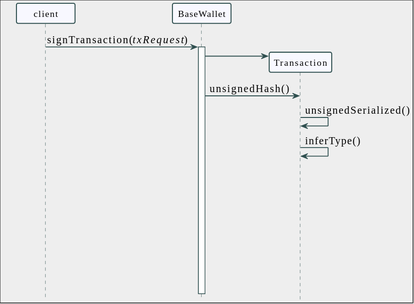
The PlantUML diagram ethereum/signing/transaction-signing-workflow-ehters-v6.svg in 3rdstage/models, before a commit. The source it was exported from:
```plantuml
@startuml


skinparam {
  DefaultFontName Monaco

  DiagramBorderThickness 1
  DiagramBorderColor black
  BackgroundColor #eeeeee
  PageMargin 10

  NoteFontName Courier
  NoteBackgroundColor SeaShell
  NoteBorderColor transparent
  NoteShadowing false

  MinClassWidth 75
  ClassFontStyle bold

  ArrowFontSize 16
  ArrowThickness 1
  ResponseMessageBelowArrow true

  BoxPadding 50
  ParticipantPadding 20
}

skinparam Sequence{

  ParticipantFontName Consolas
  ArrowFontName Consolas

  DividerBorderThickness 1.5
  ReferenceBorderThickness 1.5
  MessageAlignment reverseDirection   /' left | right | direction | reverseDirection '/

  ArrowColor DarkSlateGray
  ArrowThickness 1.3
  LifeLineBorderColor DarkSlateGray
  LifeLineBorderThickness 1.3

  ActorBorderColor DarkSlateGray
  ActorBackgroundColor GhostWhite
  ParticipantBorderColor DarkSlateGray
  ParticipantBorderThickness 1.5
  ParticipantBackgroundColor GhostWhite

  BoxBackgroundColor GhostWhite
  BoxBorderColor transparent

  GroupBorderThickness 1.3
  GroupBorderColor DarkBlue
  GroupBodyBackgroundColor Azure
}

skinparam Group{
  BorderThickness 1.3
  BorderShadowing true
}

scale max 2048 width
hide Circle
hide Footbox



participant client
participant BaseWallet as wallet
participant Transaction as tx

url of wallet is [[https://github.com/ethers-io/ethers.js/blob/v6.6.2/src.ts/wallet/base-wallet.ts]]

!$baseUrl = "https://github.com/ethers-io/ethers.js/blob/v6.6.2/src.ts"
!$signTransaction = $baseUrl + "/wallet/base-wallet.ts#L71"
!$unsignedHash = "https://github.com/ethers-io/ethers.js/blob/v6.6.2/src.ts/transaction/transaction.ts#L578"
!$unsignedSerialized = "https://github.com/ethers-io/ethers.js/blob/v6.6.2/src.ts/transaction/transaction.ts#L636"
!$inferType = $baseUrl + "/transaction/transaction.ts#L636"

client -> wallet ++ [[$signTransaction]] : signTransaction(//txRequest//)
  wallet -> tx **
  wallet -> tx [[$unsignedHash]] : unsignedHash()
    tx -> tx [[$unsignedSerialized]] : unsignedSerialized()
      tx -> tx [[$inferType]] : inferType()


||200||

@enduml
```
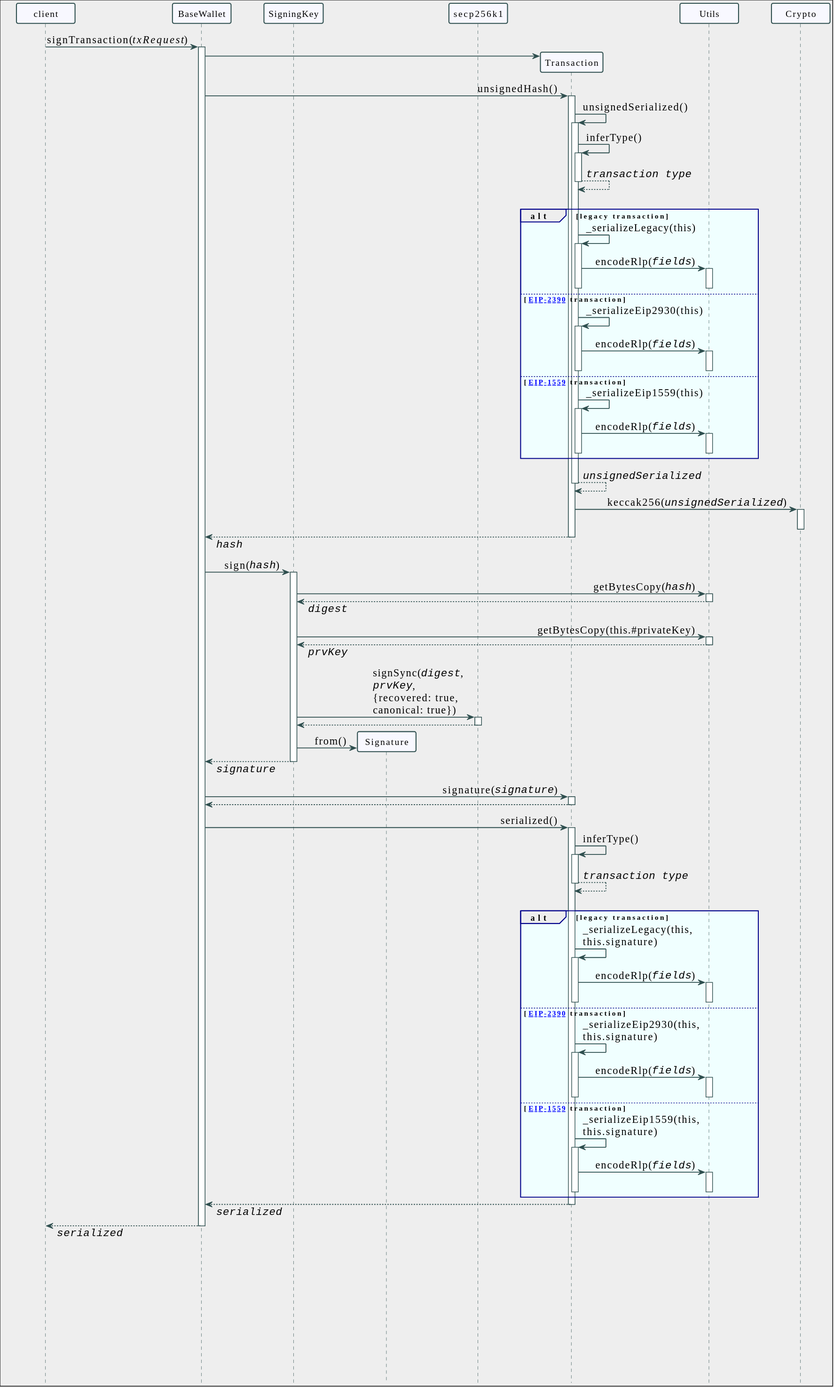
The same diagram one commit later.

Commit message:
Added Ethers v6 transaction signing.

The edit, as a diff of the source:
```diff
@@ -66,23 +66,99 @@
 
 participant client
 participant BaseWallet as wallet
+participant SigningKey as key
+participant Signature as signature
+participant secp256k1 as secp256k1
 participant Transaction as tx
-
-url of wallet is [[https://github.com/ethers-io/ethers.js/blob/v6.6.2/src.ts/wallet/base-wallet.ts]]
+participant Utils as utils
+participant Crypto as crypto
 
 !$baseUrl = "https://github.com/ethers-io/ethers.js/blob/v6.6.2/src.ts"
+
+url of wallet is [[$baseUrl/wallet/base-wallet.ts]]
+url of key is [[$baseUrl/crypto/signing-key.ts]]
+url of signature is [[$baseUrl/crypto/signature.ts]]
+url of secp256k1 is [[https://github.com/paulmillr/noble-secp256k1/blob/1.7.1/index.ts]]
+url of tx is [[$baseUrl/transaction/transaction.ts]]
+url of utils is [[$baseUrl/utils]]
+url of crypto is [[$baseUrl/crypto]]
+
 !$signTransaction = $baseUrl + "/wallet/base-wallet.ts#L71"
-!$unsignedHash = "https://github.com/ethers-io/ethers.js/blob/v6.6.2/src.ts/transaction/transaction.ts#L578"
-!$unsignedSerialized = "https://github.com/ethers-io/ethers.js/blob/v6.6.2/src.ts/transaction/transaction.ts#L636"
+!$unsignedHash = $baseUrl + "/transaction/transaction.ts#L578"
+!$unsignedSerialized = $baseUrl + "/transaction/transaction.ts#L636"
 !$inferType = $baseUrl + "/transaction/transaction.ts#L636"
+!$eip2930 = "https://eips.ethereum.org/EIPS/eip-2930"
+!$eip1559 = "https://eips.ethereum.org/EIPS/eip-1559"
+!$_serializeLegacy = $baseUrl + "/transaction/transaction.ts#L188"
+!$_serializeEip2930 = $baseUrl + "/transaction/transaction.ts#L344"
+!$_serializeEip1559 = $baseUrl + "/transaction/transaction.ts#L294"
+!$encodeRlp = $baseUrl + "/utils/rlp-encode.ts#L57"
+!$secp256k1_signSync = "https://github.com/paulmillr/noble-secp256k1/blob/1.7.1/index.ts#L1284"
+!$signature = $baseUrl + "/transaction/transaction.ts#L524"
+!$serialized = $baseUrl + "/transaction/transaction.ts#L615"
 
 client -> wallet ++ [[$signTransaction]] : signTransaction(//txRequest//)
   wallet -> tx **
-  wallet -> tx [[$unsignedHash]] : unsignedHash()
-    tx -> tx [[$unsignedSerialized]] : unsignedSerialized()
-      tx -> tx [[$inferType]] : inferType()
+  wallet -> tx ++ [[$unsignedHash]] : unsignedHash()
+    tx -> tx ++ [[$unsignedSerialized]] : unsignedSerialized()
+      tx -> tx ++ [[$inferType]] : inferType()
+        return ""//transaction type//""
+      ||20||
+      alt legacy transaction
+        tx -> tx ++ [[$_serializeLegacy]] : _serializeLegacy(this)
+          tx -> utils ++ [[$encodeRlp]] : encodeRlp(""//fields//"")
+            utils --
+          tx --
+      else [[$eip2930 EIP-2390]] transaction
+        tx -> tx ++ [[$_serializeEip2930]] : _serializeEip2930(this)
+          tx -> utils ++ [[$encodeRlp]] : encodeRlp(""//fields//"")
+            utils --
+          tx --
+      else [[$eip1559 EIP-1559]] transaction
+        tx -> tx ++ [[$_serializeEip1559]] : _serializeEip1559(this)
+          tx -> utils ++ [[$encodeRlp]] : encodeRlp(""//fields//"")
+            utils --
+          tx --
+      end
 
+      return ""//unsignedSerialized//""
+    tx -> crypto ++ : keccak256(""//unsignedSerialized//"")
+      crypto --
+    return ""//hash//""
+  wallet -> key ++ : sign(""//hash//"")
+    key -> utils ++ : getBytesCopy(""//hash//"")
+      return ""//digest//""
+    key -> utils ++ : getBytesCopy(this.#privateKey)
+      return ""//prvKey//""
+    key -> secp256k1 ++ [[$secp256k1_signSync]] : signSync(""//digest//"",\n""//prvKey//"",\n{recovered: true,\ncanonical: true})
+      return
+    key -> signature ** : from()
+    return ""//signature//""
+  wallet -> tx ++ [[$signature]]: signature(""//signature//"")
+    return
+  wallet -> tx ++ [[$serialized]]: serialized()
+    tx -> tx ++ [[$inferType]] : inferType()
+      return ""//transaction type//""
+    ||20||
+    alt legacy transaction
+      tx -> tx ++ [[$_serializeLegacy]] : _serializeLegacy(this,\nthis.signature)
+        tx -> utils ++ [[$encodeRlp]] : encodeRlp(""//fields//"")
+          utils --
+        tx --
+    else [[$eip2930 EIP-2390]] transaction
+      tx -> tx ++ [[$_serializeEip2930]] : _serializeEip2930(this,\nthis.signature)
+        tx -> utils ++ [[$encodeRlp]] : encodeRlp(""//fields//"")
+          utils --
+        tx --
+    else [[$eip1559 EIP-1559]] transaction
+      tx -> tx ++ [[$_serializeEip1559]] : _serializeEip1559(this,\nthis.signature)
+        tx -> utils ++ [[$encodeRlp]] : encodeRlp(""//fields//"")
+          utils --
+        tx --
+    end
 
+    return ""//serialized//""
+  return ""//serialized//""
 ||200||
 
 @enduml
```
